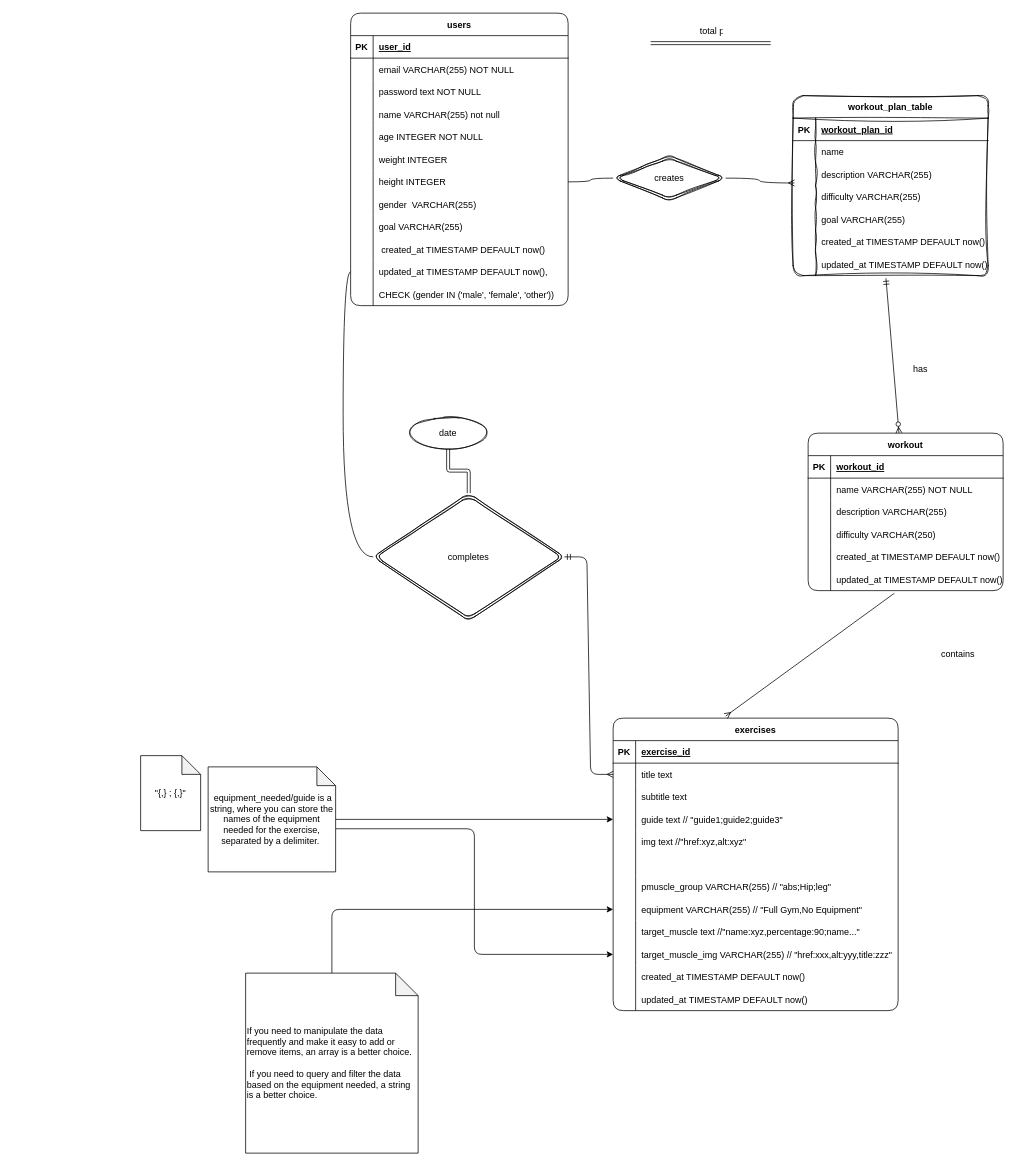
The draw.io diagram page "ER-Diagram" (2 of 4) of design/db-schema.drawio in Pankaj5466/workout-full-app, before the edit. Source tidied: cells renumbered, new cells numbered last; positions are measured from the earlier drawing's top-left corner, leaving out a move shared by most shapes. Both pictures are drawn from the tidied source at 75%, with x=0, y=0 at pixel (140, 13).
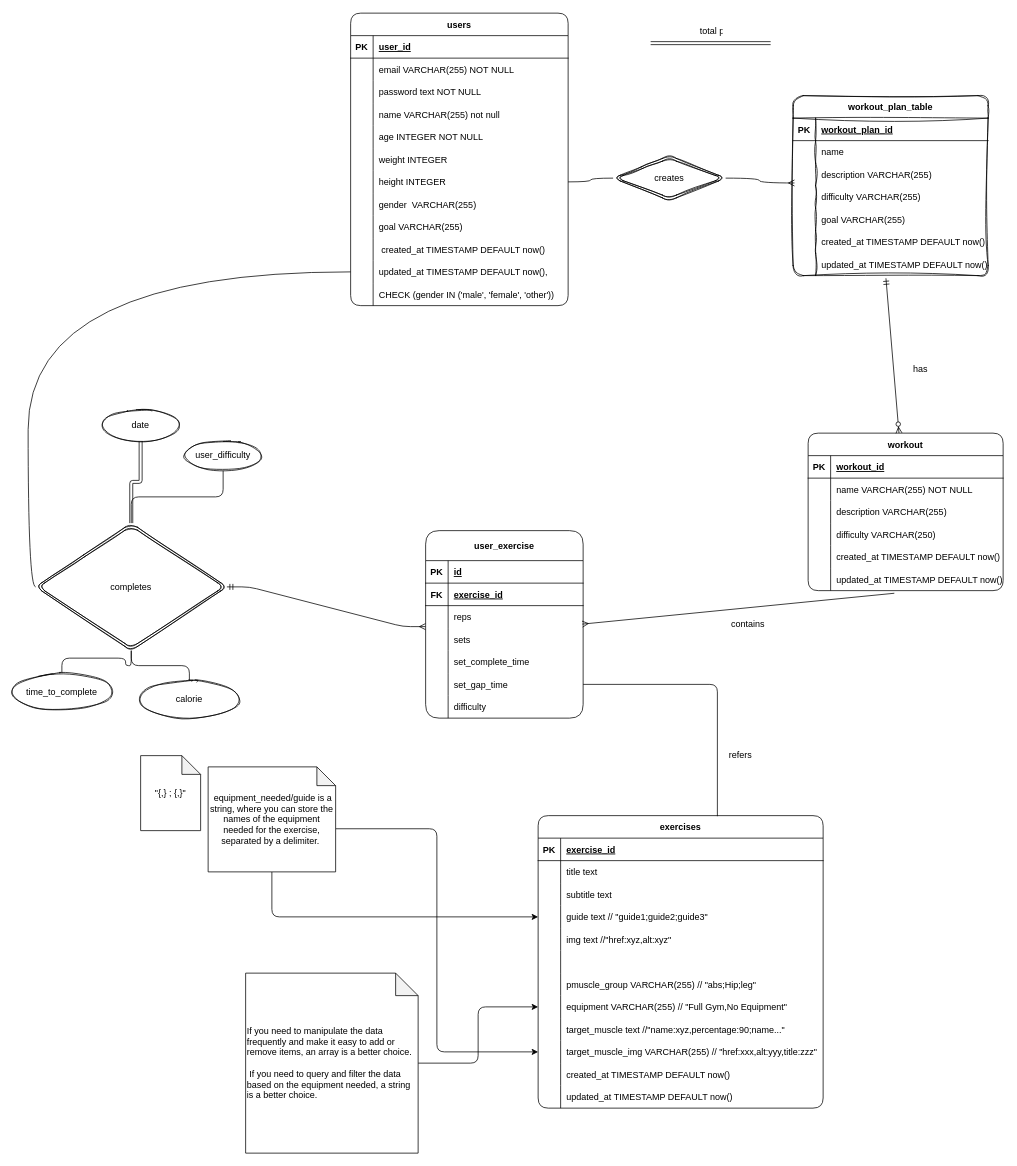
The same diagram, later.

Commit message (it also covers changes not shown here):
complete DB code

Unchanged cells that the change refers to:
```xml
<mxCell id="46" style="shape=partialRectangle;fillColor=none;points=[[0,0.5],[1,0.5]];portConstraint=eastwest;top=0;left=0;right=0;bottom=0;rounded=1;" parent="42" vertex="1">
  <mxGeometry y="60" width="380" height="30" as="geometry" />
</mxCell>
<mxCell id="101" style="shape=partialRectangle;fillColor=none;points=[[0,0.5],[1,0.5]];portConstraint=eastwest;top=0;left=0;right=0;bottom=0;rounded=1;" parent="85" vertex="1">
  <mxGeometry y="180" width="260" height="30" as="geometry" />
</mxCell>
```

The edit, as a diff of the source:
```diff
@@
     <mxCell id="42" value="exercises" style="shape=table;startSize=30;childLayout=tableLayout;rowLines=0;fontStyle=1;align=center;rounded=1;shadow=0;" parent="1" vertex="1">
-      <mxGeometry x="630" y="940" width="380" height="390" as="geometry" />
+      <mxGeometry x="530" y="1070" width="380" height="390" as="geometry" />
     </mxCell>
@@
-    <mxCell id="127" style="fontSize=12;html=1;endArrow=ERmany;rounded=1;entryX=0.395;entryY=-0.007;entryDx=0;entryDy=0;entryPerimeter=0;exitX=0.442;exitY=1.117;exitDx=0;exitDy=0;exitPerimeter=0;strokeColor=default;" parent="1" edge="1" source="101" target="42">
+    <mxCell id="127" style="fontSize=12;html=1;endArrow=ERmany;rounded=1;exitX=0.442;exitY=1.117;exitDx=0;exitDy=0;exitPerimeter=0;strokeColor=default;entryX=0.995;entryY=-0.178;entryDx=0;entryDy=0;entryPerimeter=0;" parent="1" edge="1" source="101" target="150">
       <mxGeometry relative="1" as="geometry" />
     </mxCell>
-    <mxCell id="128" style="edgeStyle=entityRelationEdgeStyle;fontSize=12;html=1;endArrow=ERmany;startArrow=ERmandOne;rounded=1;strokeColor=default;endFill=0;" parent="1" edge="1" source="129" target="46">
+    <mxCell id="128" style="edgeStyle=entityRelationEdgeStyle;fontSize=12;html=1;endArrow=ERmany;startArrow=ERmandOne;rounded=1;strokeColor=default;endFill=0;entryX=-0.001;entryY=0.933;entryDx=0;entryDy=0;entryPerimeter=0;" parent="1" edge="1" source="129" target="147">
       <mxGeometry relative="1" as="geometry" />
     </mxCell>
     <mxCell id="129" value="completes" style="shape=rhombus;double=1;perimeter=rhombusPerimeter;whiteSpace=wrap;html=1;align=center;rounded=1;sketch=1;" parent="1" vertex="1">
-      <mxGeometry x="310" y="640" width="255" height="170" as="geometry" />
+      <mxGeometry x="-140" y="680" width="255" height="170" as="geometry" />
     </mxCell>
@@
     <mxCell id="132" value="date" style="ellipse;whiteSpace=wrap;html=1;align=center;rounded=1;sketch=1;" parent="1" vertex="1">
-      <mxGeometry x="360" y="540" width="100" height="40" as="geometry" />
+      <mxGeometry x="-50" y="530" width="100" height="40" as="geometry" />
     </mxCell>
@@
     <mxCell id="134" value="contains" style="text;html=1;strokeColor=none;fillColor=none;align=center;verticalAlign=middle;whiteSpace=wrap;rounded=0;" parent="1" vertex="1">
-      <mxGeometry x="1060" y="840" width="60" height="30" as="geometry" />
+      <mxGeometry x="780" y="800" width="60" height="30" as="geometry" />
     </mxCell>
@@
+    <mxCell id="140" value="user_exercise" style="shape=table;startSize=40;childLayout=tableLayout;rowLines=0;fontStyle=1;align=center;rounded=1;shadow=0;" parent="1" vertex="1">
+      <mxGeometry x="380" y="690" width="210" height="250" as="geometry" />
+    </mxCell>
+    <mxCell id="141" style="shape=partialRectangle;fillColor=none;top=0;left=0;right=0;bottom=1;rounded=1;" parent="140" vertex="1">
+      <mxGeometry y="40" width="210" height="30" as="geometry" />
+    </mxCell>
+    <mxCell id="142" value="PK" style="shape=partialRectangle;overflow=hidden;fillColor=none;top=0;left=0;bottom=0;right=0;fontStyle=1;rounded=1;" parent="141" vertex="1">
+      <mxGeometry width="30" height="30" as="geometry" />
+    </mxCell>
+    <mxCell id="143" value="id" style="shape=partialRectangle;overflow=hidden;fillColor=none;top=0;left=0;bottom=0;right=0;align=left;spacingLeft=6;fontStyle=5;rounded=1;" parent="141" vertex="1">
+      <mxGeometry x="30" width="180" height="30" as="geometry" />
+    </mxCell>
+    <mxCell id="144" style="shape=partialRectangle;fillColor=none;top=0;left=0;right=0;bottom=1;rounded=1;" parent="140" vertex="1">
+      <mxGeometry y="70" width="210" height="30" as="geometry" />
+    </mxCell>
+    <mxCell id="145" value="FK" style="shape=partialRectangle;overflow=hidden;fillColor=none;top=0;left=0;bottom=0;right=0;fontStyle=1;rounded=1;" parent="144" vertex="1">
+      <mxGeometry width="30" height="30" as="geometry" />
+    </mxCell>
+    <mxCell id="146" value="exercise_id" style="shape=partialRectangle;overflow=hidden;fillColor=none;top=0;left=0;bottom=0;right=0;align=left;spacingLeft=6;fontStyle=5;rounded=1;" parent="144" vertex="1">
+      <mxGeometry x="30" width="180" height="30" as="geometry" />
+    </mxCell>
+    <mxCell id="147" style="shape=partialRectangle;fillColor=none;points=[[0,0.5],[1,0.5]];portConstraint=eastwest;top=0;left=0;right=0;bottom=0;rounded=1;" parent="140" vertex="1">
+      <mxGeometry y="100" width="210" height="30" as="geometry" />
+    </mxCell>
+    <mxCell id="148" style="shape=partialRectangle;overflow=hidden;fillColor=none;top=0;left=0;bottom=0;right=0;rounded=1;" parent="147" vertex="1">
+      <mxGeometry width="30" height="30" as="geometry" />
+    </mxCell>
+    <mxCell id="149" value="reps" style="shape=partialRectangle;overflow=hidden;fillColor=none;top=0;left=0;bottom=0;right=0;align=left;spacingLeft=6;rounded=1;" parent="147" vertex="1">
+      <mxGeometry x="30" width="180" height="30" as="geometry" />
+    </mxCell>
+    <mxCell id="150" style="shape=partialRectangle;fillColor=none;points=[[0,0.5],[1,0.5]];portConstraint=eastwest;top=0;left=0;right=0;bottom=0;rounded=1;" parent="140" vertex="1">
+      <mxGeometry y="130" width="210" height="30" as="geometry" />
+    </mxCell>
+    <mxCell id="151" style="shape=partialRectangle;overflow=hidden;fillColor=none;top=0;left=0;bottom=0;right=0;rounded=1;" parent="150" vertex="1">
+      <mxGeometry width="30" height="30" as="geometry" />
+    </mxCell>
+    <mxCell id="152" value="sets" style="shape=partialRectangle;overflow=hidden;fillColor=none;top=0;left=0;bottom=0;right=0;align=left;spacingLeft=6;rounded=1;" parent="150" vertex="1">
+      <mxGeometry x="30" width="180" height="30" as="geometry" />
+    </mxCell>
+    <mxCell id="153" style="shape=partialRectangle;fillColor=none;top=0;left=0;right=0;bottom=0;rounded=1;" parent="140" vertex="1">
+      <mxGeometry y="160" width="210" height="30" as="geometry" />
+    </mxCell>
+    <mxCell id="154" style="shape=partialRectangle;overflow=hidden;fillColor=none;top=0;left=0;bottom=0;right=0;rounded=1;" parent="153" vertex="1">
+      <mxGeometry width="30" height="30" as="geometry" />
+    </mxCell>
+    <mxCell id="155" value="set_complete_time" style="shape=partialRectangle;overflow=hidden;fillColor=none;top=0;left=0;bottom=0;right=0;align=left;spacingLeft=6;rounded=1;" parent="153" vertex="1">
+      <mxGeometry x="30" width="180" height="30" as="geometry" />
+    </mxCell>
+    <mxCell id="156" style="shape=partialRectangle;fillColor=none;points=[[0,0.5],[1,0.5]];portConstraint=eastwest;top=0;left=0;right=0;bottom=0;rounded=1;" parent="140" vertex="1">
+      <mxGeometry y="190" width="210" height="30" as="geometry" />
+    </mxCell>
+    <mxCell id="157" style="shape=partialRectangle;overflow=hidden;fillColor=none;top=0;left=0;bottom=0;right=0;rounded=1;" parent="156" vertex="1">
+      <mxGeometry width="30" height="30" as="geometry" />
+    </mxCell>
+    <mxCell id="158" value="set_gap_time" style="shape=partialRectangle;overflow=hidden;fillColor=none;top=0;left=0;bottom=0;right=0;align=left;spacingLeft=6;rounded=1;" parent="156" vertex="1">
+      <mxGeometry x="30" width="180" height="30" as="geometry" />
+    </mxCell>
+    <mxCell id="159" style="shape=partialRectangle;fillColor=none;top=0;left=0;right=0;bottom=0;rounded=1;" parent="140" vertex="1">
+      <mxGeometry y="220" width="210" height="30" as="geometry" />
+    </mxCell>
+    <mxCell id="160" style="shape=partialRectangle;overflow=hidden;fillColor=none;top=0;left=0;bottom=0;right=0;rounded=1;" parent="159" vertex="1">
+      <mxGeometry width="30" height="30" as="geometry" />
+    </mxCell>
+    <mxCell id="161" value="difficulty" style="shape=partialRectangle;overflow=hidden;fillColor=none;top=0;left=0;bottom=0;right=0;align=left;spacingLeft=6;rounded=1;" parent="159" vertex="1">
+      <mxGeometry x="30" width="180" height="30" as="geometry" />
+    </mxCell>
+    <mxCell id="162" style="rounded=1;jettySize=auto;html=1;entryX=0.629;entryY=0.002;entryDx=0;entryDy=0;entryPerimeter=0;strokeColor=default;endArrow=none;endFill=0;edgeStyle=orthogonalEdgeStyle;" parent="1" edge="1" source="156" target="42">
+      <mxGeometry relative="1" as="geometry" />
+    </mxCell>
+    <mxCell id="163" value="refers" style="text;html=1;strokeColor=none;fillColor=none;align=center;verticalAlign=middle;whiteSpace=wrap;rounded=0;" parent="1" vertex="1">
+      <mxGeometry x="770" y="975" width="60" height="30" as="geometry" />
+    </mxCell>
+    <mxCell id="164" style="edgeStyle=orthogonalEdgeStyle;rounded=1;jettySize=auto;html=1;exitX=0.5;exitY=1;exitDx=0;exitDy=0;strokeColor=default;endArrow=none;endFill=0;" parent="1" edge="1" source="165" target="129">
+      <mxGeometry relative="1" as="geometry" />
+    </mxCell>
+    <mxCell id="165" value="user_difficulty" style="ellipse;whiteSpace=wrap;html=1;align=center;rounded=1;sketch=1;" parent="1" vertex="1">
+      <mxGeometry x="60" y="570" width="100" height="40" as="geometry" />
+    </mxCell>
+    <mxCell id="166" style="edgeStyle=orthogonalEdgeStyle;rounded=1;jettySize=auto;html=1;exitX=0.5;exitY=0;exitDx=0;exitDy=0;entryX=0.5;entryY=1;entryDx=0;entryDy=0;strokeColor=default;endArrow=none;endFill=0;" parent="1" edge="1" source="167" target="129">
+      <mxGeometry relative="1" as="geometry" />
+    </mxCell>
+    <mxCell id="167" value="time_to_complete" style="ellipse;whiteSpace=wrap;html=1;align=center;rounded=1;sketch=1;" parent="1" vertex="1">
+      <mxGeometry x="-170" y="880" width="130" height="50" as="geometry" />
+    </mxCell>
+    <mxCell id="168" style="edgeStyle=orthogonalEdgeStyle;rounded=1;jettySize=auto;html=1;exitX=0.5;exitY=0;exitDx=0;exitDy=0;strokeColor=default;endArrow=none;endFill=0;" parent="1" edge="1" source="169" target="129">
+      <mxGeometry relative="1" as="geometry" />
+    </mxCell>
+    <mxCell id="169" value="calorie" style="ellipse;whiteSpace=wrap;html=1;align=center;rounded=1;sketch=1;" parent="1" vertex="1">
+      <mxGeometry y="890" width="130" height="50" as="geometry" />
+    </mxCell>
```
